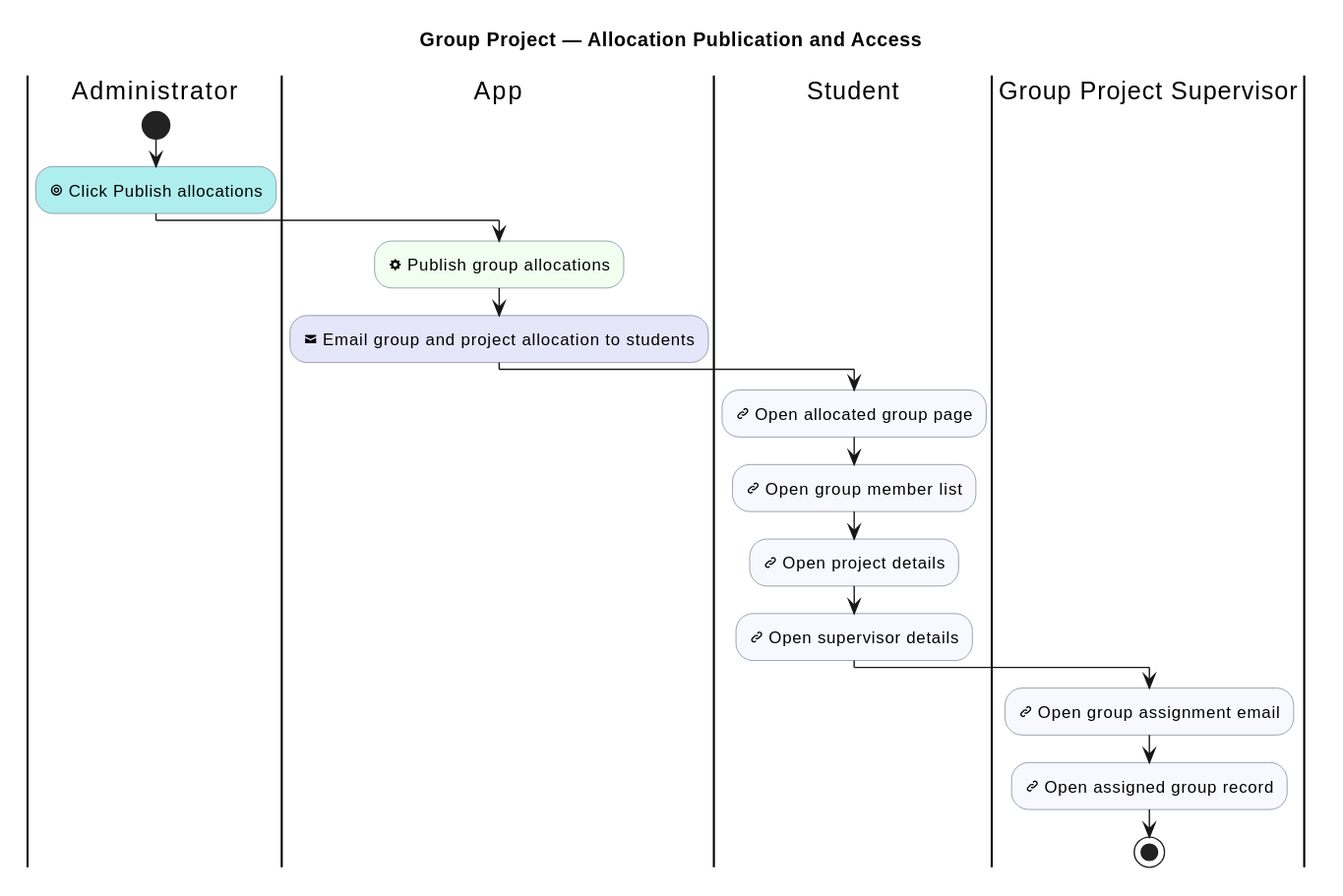
Earlier version of the PlantUML export industrial-placement-group-project/diagrams/group-project/allocation-publication-and-access.svg (sdflkjssl/sdflkjssl.github.io).
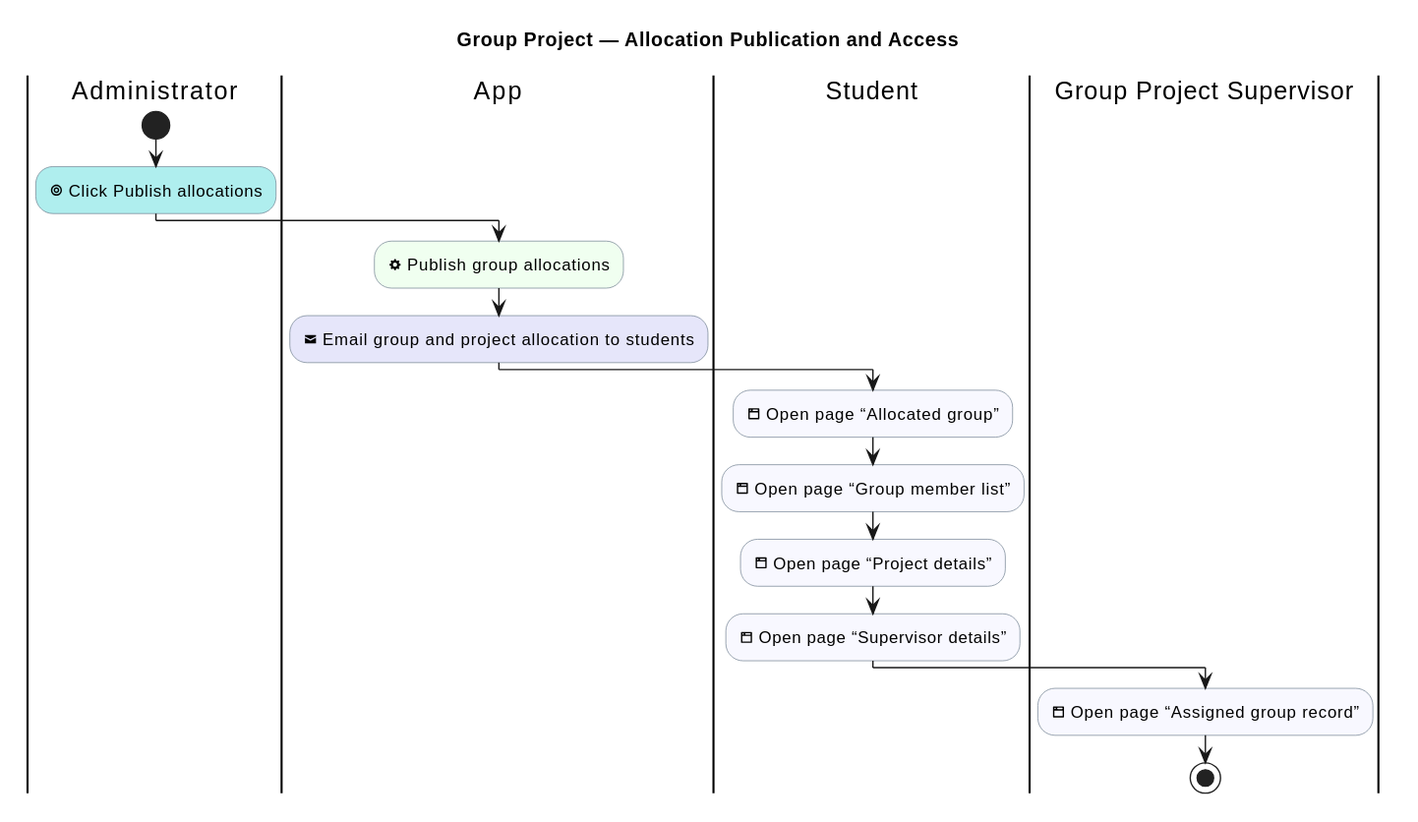
After the commit.

What changed in the source:
```diff
@@ -19,12 +19,11 @@
 :<&cog> Publish group allocations; <<#HoneyDew>>
 :<&envelope-closed> Email group and project allocation to students; <<#Lavender>>
 |Student|
-:<&link-intact> Open allocated group page; <<#GhostWhite>>
-:<&link-intact> Open group member list; <<#GhostWhite>>
-:<&link-intact> Open project details; <<#GhostWhite>>
-:<&link-intact> Open supervisor details; <<#GhostWhite>>
+:<&browser> Open page “Allocated group”; <<#GhostWhite>>
+:<&browser> Open page “Group member list”; <<#GhostWhite>>
+:<&browser> Open page “Project details”; <<#GhostWhite>>
+:<&browser> Open page “Supervisor details”; <<#GhostWhite>>
 |Group Project Supervisor|
-:<&link-intact> Open group assignment email; <<#GhostWhite>>
-:<&link-intact> Open assigned group record; <<#GhostWhite>>
+:<&browser> Open page “Assigned group record”; <<#GhostWhite>>
 stop
 @enduml
```
